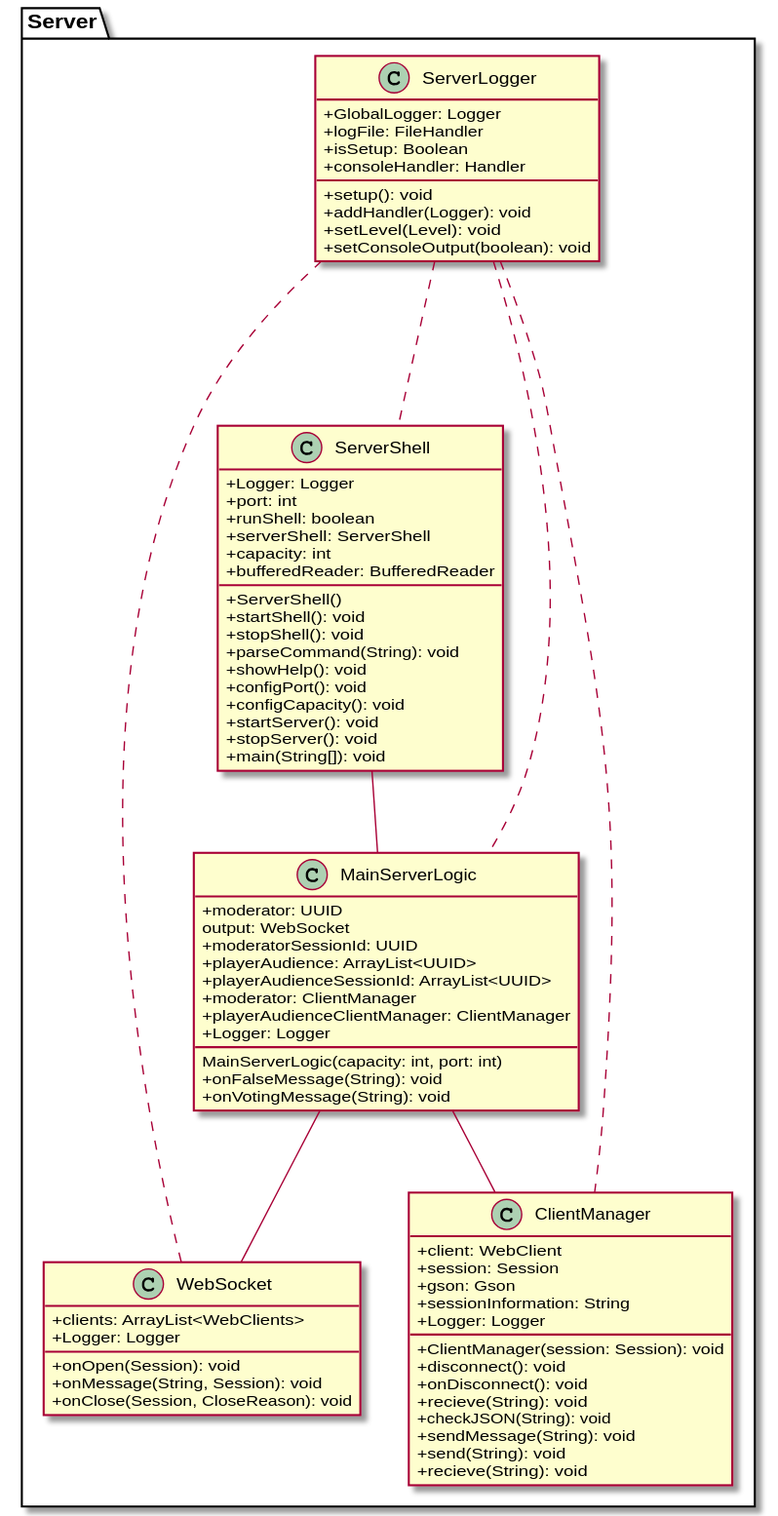
Earlier version of the PlantUML export Docs/Technical Specifications/docs/diagrams/ServerClassDiagram.svg (Brotenko/QualityQuest). Its diagram source:
```plantuml
@startuml
skinparam classAttributeIconSize 0

package "Server" {
class "ServerShell" as ss {
    {field} +Logger: Logger
    {field} +port: int
    {field} +runShell: boolean
    {field} +serverShell: ServerShell
    {field} +capacity: int
    {field} +bufferedReader: BufferedReader
    {method} +ServerShell()
    {method} +startShell(): void
    {method} +stopShell(): void
    {method} +parseCommand(String): void
    {method} +showHelp(): void
    {method} +configPort(): void
    {method} +configCapacity(): void
    {method} +startServer(): void
    {method} +stopServer(): void
    {method} +main(String[]): void
  }
class "WebSocket" as ws {
    {field} +clients: ArrayList<WebClients>
    {field} +Logger: Logger
    {method} +onOpen(Session): void
    {method} +onMessage(String, Session): void
    {method} +onClose(Session, CloseReason): void

}

class "MainServerLogic" as msl {
    {field} +moderator: UUID
    {field} output: WebSocket
    {field} +moderatorSessionId: UUID
    {field} +playerAudience: ArrayList<UUID>
    {field} +playerAudienceSessionId: ArrayList<UUID>
    {field} +moderator: ClientManager
    {field} +playerAudienceClientManager: ClientManager
    {field} +Logger: Logger
    {method} MainServerLogic(capacity: int, port: int)
    {method} +onFalseMessage(String): void
    {method} +onVotingMessage(String): void

}
class "ClientManager" as cm {
    {field} +client: WebClient
    {field} +session: Session
    {field} +gson: Gson
    {field} +sessionInformation: String
    {field} +Logger: Logger
    {method} +ClientManager(session: Session): void
    {method} +disconnect(): void
    {method} +onDisconnect(): void
    {method} +recieve(String): void
    {method} +checkJSON(String): void
    {method} +sendMessage(String): void
    {method} +send(String): void
    {method} +recieve(String): void
}

class "ServerLogger" as sl {
    {field} +GlobalLogger: Logger
    {field} +logFile: FileHandler
    {field} +isSetup: Boolean
    {field} +consoleHandler: Handler
    {method} +setup(): void
    {method} +addHandler(Logger): void
    {method} +setLevel(Level): void
    {method} +setConsoleOutput(boolean): void
}
}
ss -- msl
msl -- ws
msl -- cm
sl ... msl
sl ... ws
sl ... cm
sl ... ss
@enduml
```
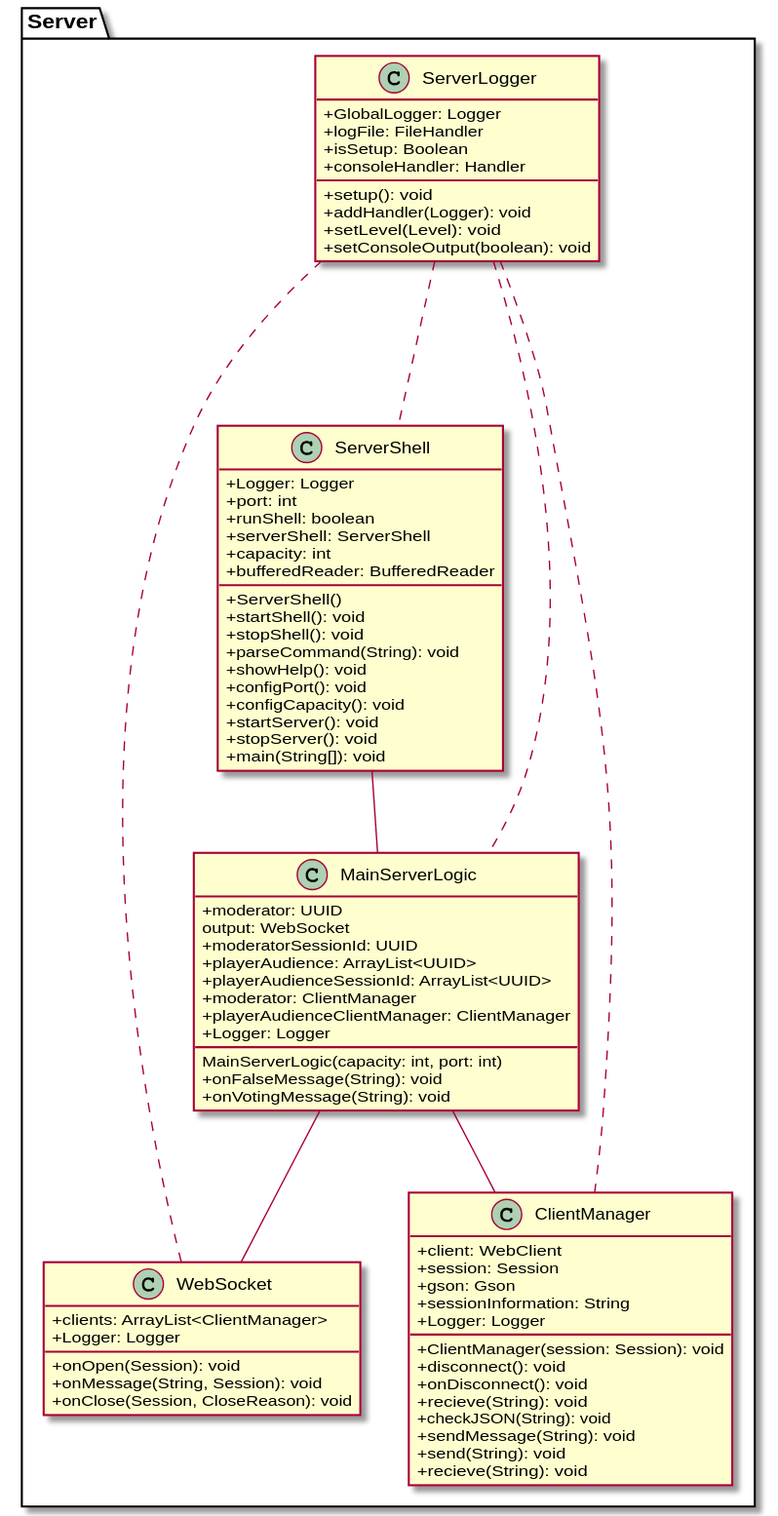
After the commit.

What changed in the source:
```diff
@@ -21,7 +21,7 @@
     {method} +main(String[]): void
   }
 class "WebSocket" as ws {
-    {field} +clients: ArrayList<WebClients>
+    {field} +clients: ArrayList<ClientManager>
     {field} +Logger: Logger
     {method} +onOpen(Session): void
     {method} +onMessage(String, Session): void
```
